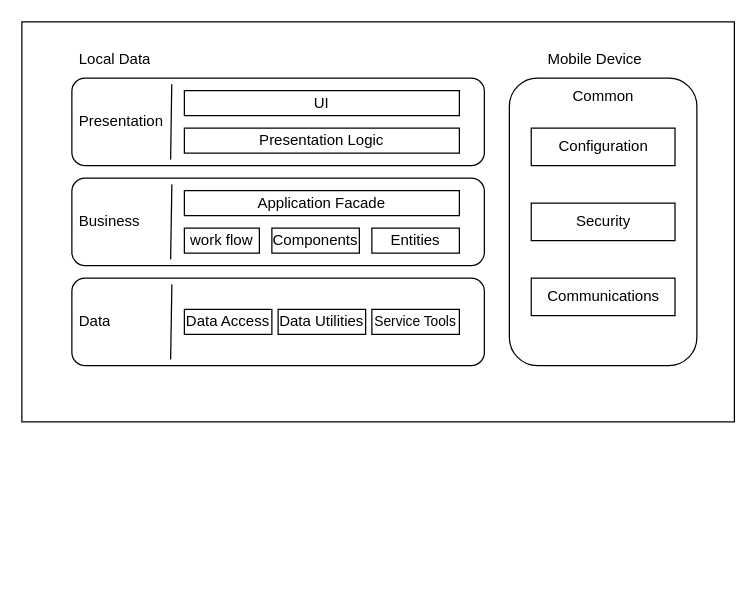
This is component diagram.drawio from memahdii/smartNotes, a draw.io file, before an edit. Source tidied: cells renumbered, new cells numbered last; positions are measured from the earlier drawing's top-left corner, leaving out a move shared by most shapes. Both pictures are drawn from the tidied source at 125%, with x=0, y=0 at pixel (21, 21).
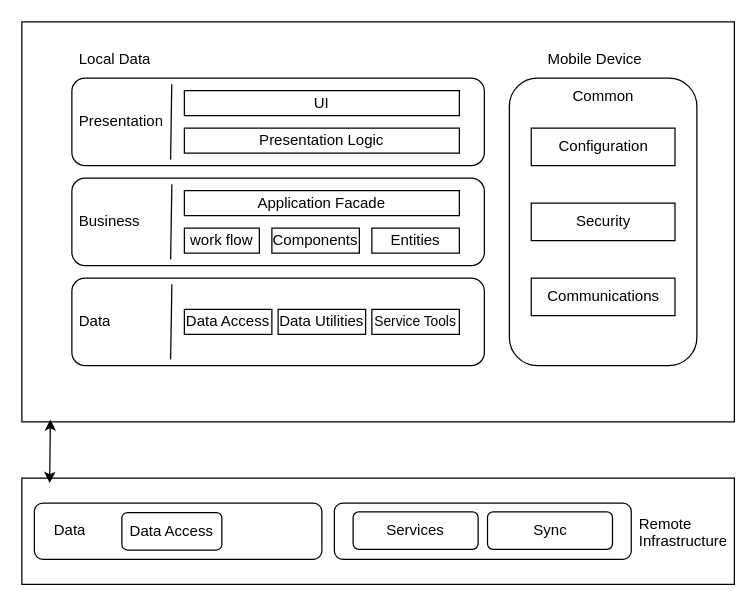
Above is the later version.

Unchanged cells that the change refers to:
```xml
<mxCell id="2" style="rounded=0;whiteSpace=wrap;html=1;" parent="1" vertex="1">
  <mxGeometry width="570" height="320" as="geometry" />
</mxCell>
```

The edit, as a diff of the source:
```diff
@@
+    <mxCell id="29" style="rounded=0;whiteSpace=wrap;html=1;" parent="1" vertex="1">
+      <mxGeometry y="365" width="570" height="85" as="geometry" />
+    </mxCell>
+    <mxCell id="30" style="rounded=1;whiteSpace=wrap;html=1;" parent="1" vertex="1">
+      <mxGeometry x="10" y="385" width="230" height="45" as="geometry" />
+    </mxCell>
+    <mxCell id="31" value="Data" style="text;strokeColor=none;fillColor=none;align=left;verticalAlign=middle;spacingLeft=4;spacingRight=4;overflow=hidden;whiteSpace=wrap;html=1;" parent="1" vertex="1">
+      <mxGeometry x="20" y="392" width="80" height="30" as="geometry" />
+    </mxCell>
+    <mxCell id="32" value="Data Access" style="rounded=1;whiteSpace=wrap;html=1;" parent="1" vertex="1">
+      <mxGeometry x="80" y="392.5" width="80" height="30" as="geometry" />
+    </mxCell>
+    <mxCell id="33" style="rounded=1;whiteSpace=wrap;html=1;" parent="1" vertex="1">
+      <mxGeometry x="250" y="385" width="237.5" height="45" as="geometry" />
+    </mxCell>
+    <mxCell id="34" value="Services" style="rounded=1;whiteSpace=wrap;html=1;" parent="1" vertex="1">
+      <mxGeometry x="265" y="392" width="100" height="30" as="geometry" />
+    </mxCell>
+    <mxCell id="35" value="Sync" style="rounded=1;whiteSpace=wrap;html=1;" parent="1" vertex="1">
+      <mxGeometry x="372.5" y="392" width="100" height="30" as="geometry" />
+    </mxCell>
+    <mxCell id="36" value="Remote&lt;div&gt;Infrastructure&lt;/div&gt;" style="text;strokeColor=none;fillColor=none;align=left;verticalAlign=middle;spacingLeft=4;spacingRight=4;overflow=hidden;whiteSpace=wrap;html=1;" parent="1" vertex="1">
+      <mxGeometry x="487.5" y="392" width="80" height="30" as="geometry" />
+    </mxCell>
+    <mxCell id="37" style="endArrow=classic;startArrow=classic;html=1;rounded=0;exitX=0.039;exitY=0.047;exitDx=0;exitDy=0;exitPerimeter=0;entryX=0.04;entryY=0.994;entryDx=0;entryDy=0;entryPerimeter=0;" parent="1" edge="1" source="29" target="2">
+      <mxGeometry relative="1" as="geometry" />
+    </mxCell>
```
